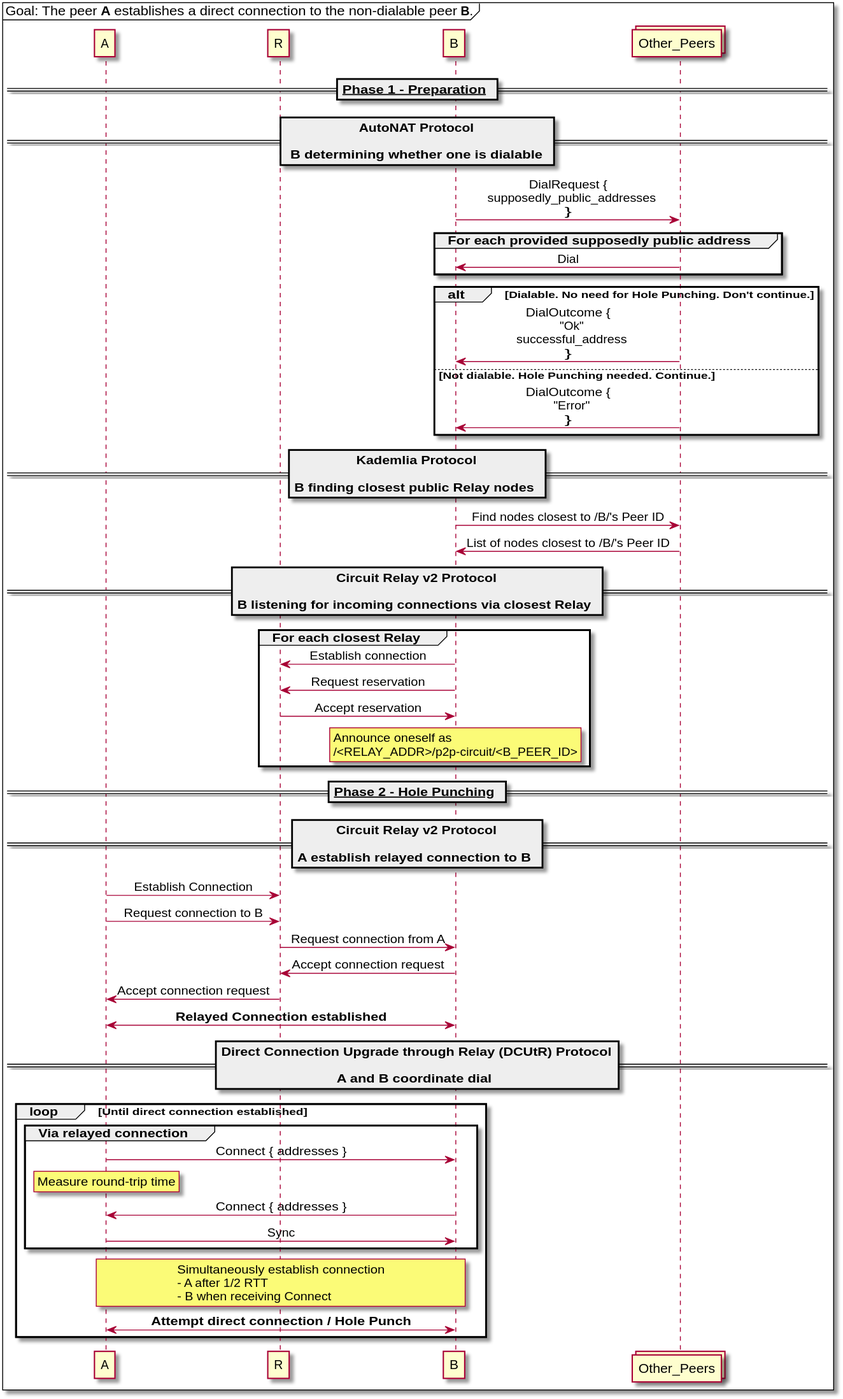
Before: src/assets/libp2p-hole-punching-overview.svg, a diagram exported from PlantUML (ipfs/ipfs-blog). The source it was exported from:
```plantuml
@startuml
participant A
participant R
participant B
collections Other_Peers

mainframe Goal: The peer **A** establishes a direct connection to the non-dialable peer **B**.

== __Phase 1 - Preparation__ ==

== AutoNAT Protocol\n\n B determining whether one is dialable ==

B -> Other_Peers: DialRequest {\n  supposedly_public_addresses\n}

group For each provided supposedly public address
Other_Peers -> B: Dial
end

alt Dialable. No need for Hole Punching. Don't continue.
    Other_Peers -> B: DialOutcome {\n  "Ok"\n  successful_address\n}
else Not dialable. Hole Punching needed. Continue.
    Other_Peers -> B: DialOutcome {\n  "Error"\n}
end

== Kademlia Protocol\n\nB finding closest public Relay nodes ==

B -> Other_Peers: Find nodes closest to /B/'s Peer ID
Other_Peers -> B: List of nodes closest to /B/'s Peer ID

== Circuit Relay v2 Protocol\n\nB listening for incoming connections via closest Relay ==

group For each closest Relay
  B -> R: Establish connection
  B -> R: Request reservation
  R -> B: Accept reservation
  rnote over B: Announce oneself as\n/<RELAY_ADDR>/p2p-circuit/<B_PEER_ID>
end

== __Phase 2 - Hole Punching__ ==

== Circuit Relay v2 Protocol\n\nA establish relayed connection to B ==

A -> R: Establish Connection
A -> R: Request connection to B
R -> B: Request connection from A
B -> R: Accept connection request
R -> A: Accept connection request

skinparam sequenceMessageAlign center

A <-> B: **Relayed Connection established**

== Direct Connection Upgrade through Relay (DCUtR) Protocol\n\nA and B coordinate dial ==

loop Until direct connection established
group Via relayed connection
A -> B: Connect { addresses }
rnote over A: Measure round-trip time
B -> A: Connect { addresses }
A -> B: Sync
end

rnote over A, B: Simultaneously establish connection\n- A after 1/2 RTT\n- B when receiving Connect
A <-> B: **Attempt direct connection / Hole Punch**
end

@enduml
```
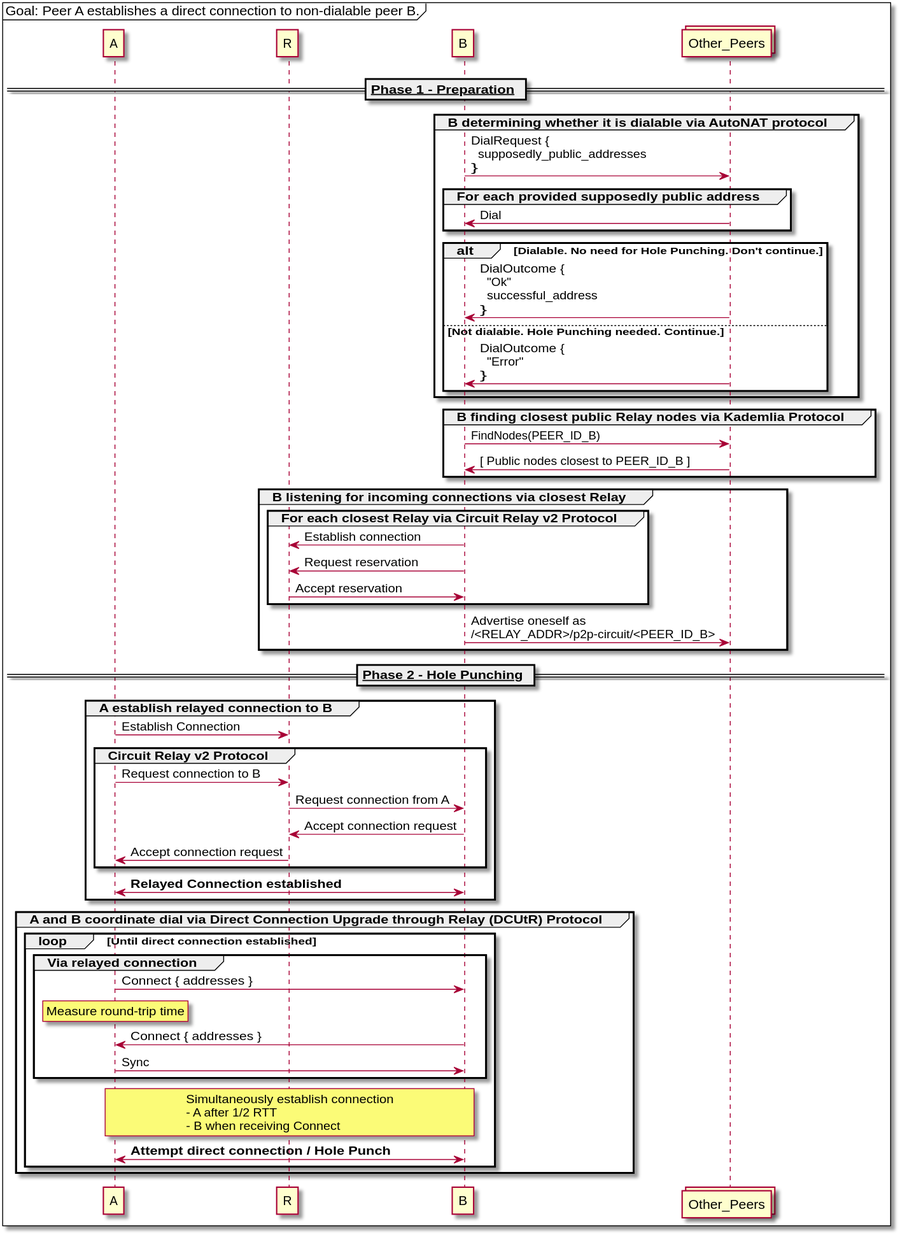
Above is the later version.

Change to the diagram source:
```diff
@@ -4,64 +4,63 @@
 participant B
 collections Other_Peers
 
-mainframe Goal: The peer **A** establishes a direct connection to the non-dialable peer **B**.
+mainframe Goal: Peer A establishes a direct connection to non-dialable peer B.
 
 == __Phase 1 - Preparation__ ==
 
-== AutoNAT Protocol\n\n B determining whether one is dialable ==
-
-B -> Other_Peers: DialRequest {\n  supposedly_public_addresses\n}
-
-group For each provided supposedly public address
-Other_Peers -> B: Dial
+group B determining whether it is dialable via AutoNAT protocol
+        B -> Other_Peers: DialRequest {\n  supposedly_public_addresses\n}
+        group For each provided supposedly public address
+                Other_Peers -> B: Dial
+        end
+        alt Dialable. No need for Hole Punching. Don't continue.
+                Other_Peers -> B: DialOutcome {\n  "Ok"\n  successful_address\n}
+        else Not dialable. Hole Punching needed. Continue.
+                Other_Peers -> B: DialOutcome {\n  "Error"\n}
+        end
 end
 
-alt Dialable. No need for Hole Punching. Don't continue.
-    Other_Peers -> B: DialOutcome {\n  "Ok"\n  successful_address\n}
-else Not dialable. Hole Punching needed. Continue.
-    Other_Peers -> B: DialOutcome {\n  "Error"\n}
+group B finding closest public Relay nodes via Kademlia Protocol
+        B -> Other_Peers: FindNodes(PEER_ID_B)
+        Other_Peers -> B: [ Public nodes closest to PEER_ID_B ]
 end
 
-== Kademlia Protocol\n\nB finding closest public Relay nodes ==
-
-B -> Other_Peers: Find nodes closest to /B/'s Peer ID
-Other_Peers -> B: List of nodes closest to /B/'s Peer ID
-
-== Circuit Relay v2 Protocol\n\nB listening for incoming connections via closest Relay ==
-
-group For each closest Relay
-  B -> R: Establish connection
-  B -> R: Request reservation
-  R -> B: Accept reservation
-  rnote over B: Announce oneself as\n/<RELAY_ADDR>/p2p-circuit/<B_PEER_ID>
+group B listening for incoming connections via closest Relay
+        group For each closest Relay via Circuit Relay v2 Protocol
+                B -> R: Establish connection
+                B -> R: Request reservation
+                R -> B: Accept reservation
+        end
+        B -> Other_Peers: Advertise oneself as\n/<RELAY_ADDR>/p2p-circuit/<PEER_ID_B>
 end
 
 == __Phase 2 - Hole Punching__ ==
 
-== Circuit Relay v2 Protocol\n\nA establish relayed connection to B ==
+group A establish relayed connection to B
 
-A -> R: Establish Connection
-A -> R: Request connection to B
-R -> B: Request connection from A
-B -> R: Accept connection request
-R -> A: Accept connection request
+        A -> R: Establish Connection
+        group Circuit Relay v2 Protocol
+                A -> R: Request connection to B
+                R -> B: Request connection from A
+                B -> R: Accept connection request
+                R -> A: Accept connection request
+        end
 
-skinparam sequenceMessageAlign center
+        A <-> B: **Relayed Connection established**
 
-A <-> B: **Relayed Connection established**
-
-== Direct Connection Upgrade through Relay (DCUtR) Protocol\n\nA and B coordinate dial ==
-
-loop Until direct connection established
-group Via relayed connection
-A -> B: Connect { addresses }
-rnote over A: Measure round-trip time
-B -> A: Connect { addresses }
-A -> B: Sync
 end
 
-rnote over A, B: Simultaneously establish connection\n- A after 1/2 RTT\n- B when receiving Connect
-A <-> B: **Attempt direct connection / Hole Punch**
+group A and B coordinate dial via Direct Connection Upgrade through Relay (DCUtR) Protocol
+        loop Until direct connection established
+                group Via relayed connection
+                        A -> B: Connect { addresses }
+                        rnote over A: Measure round-trip time
+                        B -> A: Connect { addresses }
+                        A -> B: Sync
+                end
+                rnote over A, B: Simultaneously establish connection\n- A after 1/2 RTT\n- B when receiving Connect
+                A <-> B: **Attempt direct connection / Hole Punch**
+        end
 end
 
 @enduml
```
